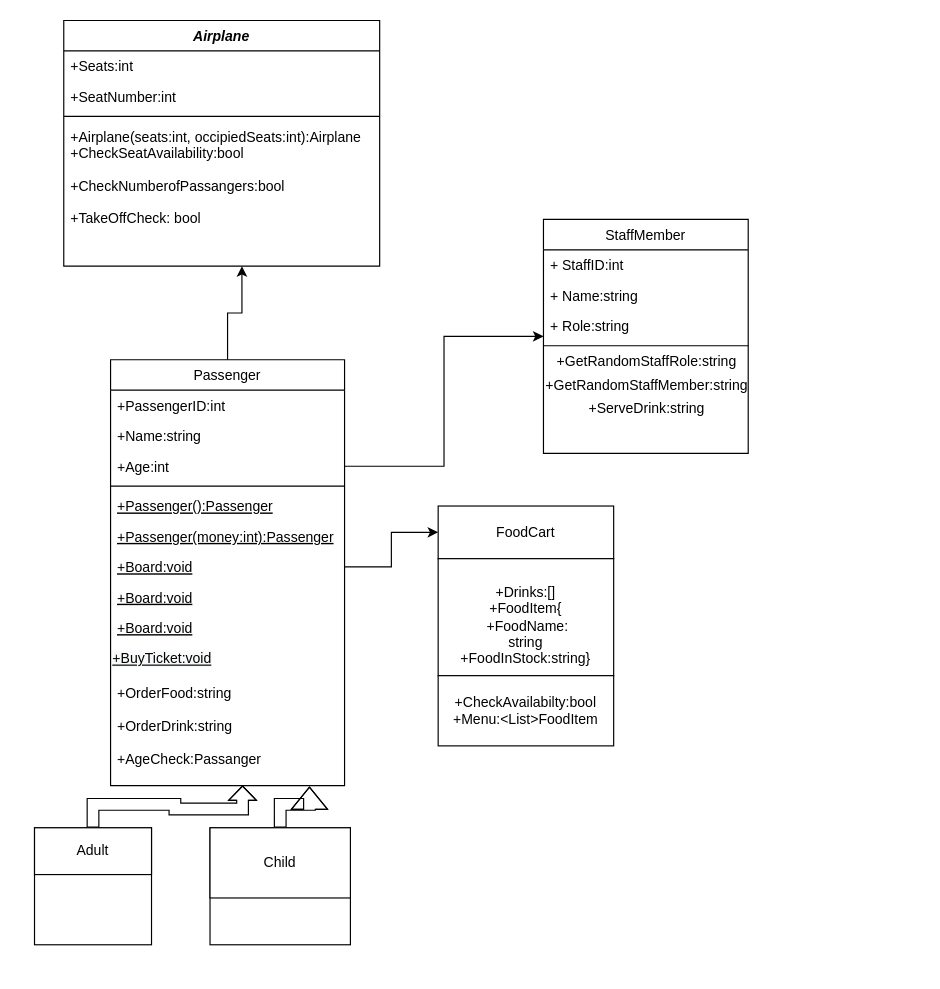
This is MjukvaruAnalys-inlUppg/Docs/ClassDiagram-Plane.drawio from david-karlsson/MjukvaruAnalys-inlUppg, a draw.io file, before an edit. Source tidied: cells renumbered, new cells numbered last; positions are measured from the earlier drawing's top-left corner, leaving out a move shared by most shapes. Both pictures are drawn from the tidied source at 117%, with x=0, y=0 at pixel (34, 20).
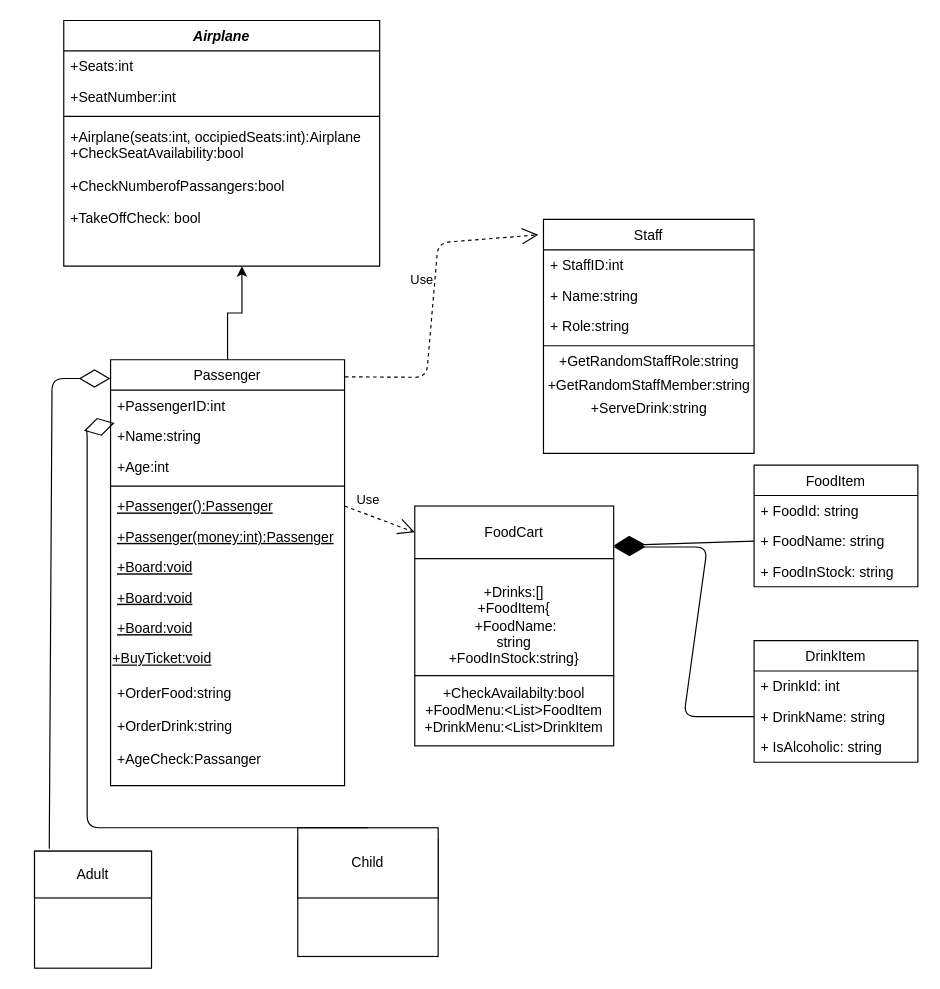
The same page after the edit.

Commit message (it also covers changes not shown here):
Classdiagram adjusted + Alcoholic drink-status display added.

The change refers to these unchanged cells:
```xml
<mxCell id="8" value="Passenger" style="swimlane;fontStyle=0;align=center;verticalAlign=top;horizontal=1;startSize=26;rounded=0;shadow=0;strokeWidth=1;" parent="1" vertex="1">
  <mxGeometry x="65" y="290" width="200" height="364" as="geometry" />
</mxCell>
<mxCell id="10" value="+Name:string" style="text;align=left;verticalAlign=top;spacingLeft=4;spacingRight=4;overflow=hidden;points=[[0,0.5],[1,0.5]];portConstraint=eastwest;rounded=0;shadow=0;html=0;" parent="8" vertex="1">
  <mxGeometry y="52" width="200" height="26" as="geometry" />
</mxCell>
<mxCell id="11" value="+Age:int" style="text;align=left;verticalAlign=top;spacingLeft=4;spacingRight=4;overflow=hidden;points=[[0,0.5],[1,0.5]];portConstraint=eastwest;rounded=0;shadow=0;html=0;" parent="8" vertex="1">
  <mxGeometry y="78" width="200" height="26" as="geometry" />
</mxCell>
<mxCell id="13" value="+Passenger():Passenger" style="text;align=left;verticalAlign=top;spacingLeft=4;spacingRight=4;overflow=hidden;points=[[0,0.5],[1,0.5]];portConstraint=eastwest;fontStyle=4;" parent="8" vertex="1">
  <mxGeometry y="112" width="200" height="26" as="geometry" />
</mxCell>
<mxCell id="15" value="+Board:void" style="text;align=left;verticalAlign=top;spacingLeft=4;spacingRight=4;overflow=hidden;points=[[0,0.5],[1,0.5]];portConstraint=eastwest;fontStyle=4;" parent="8" vertex="1">
  <mxGeometry y="164" width="200" height="26" as="geometry" />
</mxCell>
<mxCell id="19" value="+OrderFood:string&#10;&#10;+OrderDrink:string&#10;&#10;+AgeCheck:Passanger" style="text;align=left;verticalAlign=top;spacingLeft=4;spacingRight=4;overflow=hidden;points=[[0,0.5],[1,0.5]];portConstraint=eastwest;" parent="8" vertex="1">
  <mxGeometry y="272" width="200" height="92" as="geometry" />
</mxCell>
```

The edit, as a diff of the source:
```diff
@@
+    <mxCell id="40" value="FoodItem" style="swimlane;fontStyle=0;horizontal=1;startSize=26;fillColor=none;" parent="1" vertex="1">
+      <mxGeometry x="615" y="380" width="140" height="104" as="geometry" />
+    </mxCell>
+    <mxCell id="41" value="+ FoodId: string" style="text;strokeColor=none;fillColor=none;align=left;verticalAlign=top;spacingLeft=4;spacingRight=4;overflow=hidden;" parent="40" vertex="1">
+      <mxGeometry y="26" width="140" height="26" as="geometry" />
+    </mxCell>
+    <mxCell id="42" value="+ FoodName: string" style="text;strokeColor=none;fillColor=none;align=left;verticalAlign=top;spacingLeft=4;spacingRight=4;overflow=hidden;points=[[0,0.5],[1,0.5]];portConstraint=eastwest;" parent="40" vertex="1">
+      <mxGeometry y="52" width="140" height="26" as="geometry" />
+    </mxCell>
+    <mxCell id="43" value="+ FoodInStock: string" style="text;strokeColor=none;fillColor=none;align=left;verticalAlign=top;spacingLeft=4;spacingRight=4;overflow=hidden;" parent="40" vertex="1">
+      <mxGeometry y="78" width="140" height="26" as="geometry" />
+    </mxCell>
     <mxCell id="20" style="whiteSpace=wrap;html=1;" parent="1" vertex="1">
-      <mxGeometry y="690" width="100" height="100" as="geometry" />
+      <mxGeometry y="710" width="100" height="100" as="geometry" />
     </mxCell>
-    <mxCell id="21" style="edgeStyle=orthogonalEdgeStyle;shape=flexArrow;rounded=0;jettySize=auto;html=1;exitX=0.5;exitY=0;exitDx=0;exitDy=0;entryX=0.564;entryY=0.998;entryDx=0;entryDy=0;entryPerimeter=0;endWidth=12.857142857142858;endSize=3.757142857142857;" parent="1" edge="1" source="22" target="19">
-      <mxGeometry relative="1" as="geometry" />
-    </mxCell>
     <mxCell id="22" value="Adult" style="rounded=0;whiteSpace=wrap;html=1;" parent="1" vertex="1">
-      <mxGeometry y="690" width="100" height="40" as="geometry" />
+      <mxGeometry y="710" width="100" height="40" as="geometry" />
     </mxCell>
     <mxCell id="23" style="rounded=0;whiteSpace=wrap;html=1;" parent="1" vertex="1">
-      <mxGeometry x="150" y="690" width="120" height="100" as="geometry" />
+      <mxGeometry x="225" y="700" width="120" height="100" as="geometry" />
     </mxCell>
-    <mxCell id="24" style="edgeStyle=orthogonalEdgeStyle;shape=flexArrow;rounded=0;jettySize=auto;html=1;entryX=0.85;entryY=1.009;entryDx=0;entryDy=0;entryPerimeter=0;" parent="1" edge="1" source="25" target="19">
-      <mxGeometry relative="1" as="geometry" />
-    </mxCell>
     <mxCell id="25" value="Child" style="rounded=0;whiteSpace=wrap;html=1;" parent="1" vertex="1">
-      <mxGeometry x="150" y="690" width="120" height="60" as="geometry" />
+      <mxGeometry x="225" y="690" width="120" height="60" as="geometry" />
     </mxCell>
@@
     <mxCell id="27" value="FoodCart" style="rounded=0;whiteSpace=wrap;html=1;" parent="1" vertex="1">
-      <mxGeometry x="345" y="415" width="150" height="45" as="geometry" />
+      <mxGeometry x="325" y="415" width="170" height="45" as="geometry" />
     </mxCell>
     <mxCell id="28" value="&lt;br&gt;+Drinks:[]&lt;br&gt;+FoodItem{&lt;br&gt;&lt;div&gt;&amp;nbsp;+FoodName:&lt;/div&gt;string&lt;br&gt;+FoodInStock:string}&lt;br&gt;&lt;div&gt;&lt;/div&gt;" style="rounded=0;whiteSpace=wrap;html=1;" parent="1" vertex="1">
-      <mxGeometry x="345" y="460" width="150" height="100" as="geometry" />
+      <mxGeometry x="325" y="460" width="170" height="100" as="geometry" />
     </mxCell>
-    <mxCell id="29" value="+CheckAvailabilty:bool&lt;br&gt;+Menu:&amp;lt;List&amp;gt;FoodItem" style="rounded=0;whiteSpace=wrap;html=1;" parent="1" vertex="1">
-      <mxGeometry x="345" y="560" width="150" height="60" as="geometry" />
+    <mxCell id="29" value="+CheckAvailabilty:bool&lt;br&gt;+FoodMenu:&amp;lt;List&amp;gt;FoodItem&lt;br&gt;+DrinkMenu:&amp;lt;List&amp;gt;DrinkItem" style="rounded=0;whiteSpace=wrap;html=1;" parent="1" vertex="1">
+      <mxGeometry x="325" y="560" width="170" height="60" as="geometry" />
     </mxCell>
-    <mxCell id="30" style="edgeStyle=orthogonalEdgeStyle;rounded=0;jettySize=auto;html=1;entryX=0;entryY=0.5;entryDx=0;entryDy=0;" parent="1" edge="1" source="15" target="27">
-      <mxGeometry relative="1" as="geometry" />
-    </mxCell>
-    <mxCell id="31" style="edgeStyle=orthogonalEdgeStyle;rounded=0;jettySize=auto;html=1;" parent="1" edge="1" source="11" target="32">
-      <mxGeometry relative="1" as="geometry" />
-    </mxCell>
-    <mxCell id="32" value="StaffMember" style="swimlane;fontStyle=0;align=center;verticalAlign=top;horizontal=1;startSize=26;rounded=0;shadow=0;strokeWidth=1;" parent="1" vertex="1">
-      <mxGeometry x="435" y="170" width="175" height="200" as="geometry" />
+    <mxCell id="32" value="Staff" style="swimlane;fontStyle=0;align=center;verticalAlign=top;horizontal=1;startSize=26;rounded=0;shadow=0;strokeWidth=1;" parent="1" vertex="1">
+      <mxGeometry x="435" y="170" width="180" height="200" as="geometry" />
     </mxCell>
     <mxCell id="33" value="+ StaffID:int" style="text;align=left;verticalAlign=top;spacingLeft=4;spacingRight=4;overflow=hidden;" parent="32" vertex="1">
-      <mxGeometry y="26" width="175" height="26" as="geometry" />
+      <mxGeometry y="26" width="180" height="26" as="geometry" />
     </mxCell>
     <mxCell id="34" value="+ Name:string" style="text;align=left;verticalAlign=top;spacingLeft=4;spacingRight=4;overflow=hidden;" parent="32" vertex="1">
-      <mxGeometry y="52" width="175" height="26" as="geometry" />
+      <mxGeometry y="52" width="180" height="26" as="geometry" />
     </mxCell>
     <mxCell id="35" value="+ Role:string" style="text;align=left;verticalAlign=top;spacingLeft=4;spacingRight=4;overflow=hidden;" parent="32" vertex="1">
-      <mxGeometry y="78" width="175" height="26" as="geometry" />
+      <mxGeometry y="78" width="180" height="26" as="geometry" />
     </mxCell>
     <mxCell id="36" style="line;html=1;strokeWidth=1;align=left;verticalAlign=middle;spacingTop=-1;spacingLeft=3;spacingRight=3;labelPosition=right;" parent="32" vertex="1">
-      <mxGeometry y="104" width="175" height="8" as="geometry" />
+      <mxGeometry y="104" width="180" height="8" as="geometry" />
     </mxCell>
     <mxCell id="37" value="+GetRandomStaffRole:string" style="text;html=1;align=center;verticalAlign=middle;" parent="32" vertex="1">
-      <mxGeometry y="112" width="175" height="20" as="geometry" />
+      <mxGeometry y="112" width="180" height="20" as="geometry" />
     </mxCell>
     <mxCell id="38" value="+GetRandomStaffMember:string" style="text;html=1;align=center;verticalAlign=middle;" parent="32" vertex="1">
-      <mxGeometry y="132" width="175" height="20" as="geometry" />
+      <mxGeometry y="132" width="180" height="20" as="geometry" />
     </mxCell>
     <mxCell id="39" value="+ServeDrink:string" style="text;html=1;align=center;verticalAlign=middle;" parent="32" vertex="1">
-      <mxGeometry y="152" width="175" height="20" as="geometry" />
+      <mxGeometry y="152" width="180" height="20" as="geometry" />
     </mxCell>
+    <mxCell id="44" style="endArrow=diamondThin;endFill=1;endSize=24;html=1;exitX=0;exitY=0.5;exitDx=0;exitDy=0;entryX=1;entryY=0.75;entryDx=0;entryDy=0;" parent="1" edge="1" source="42" target="27">
+      <mxGeometry relative="1" as="geometry" />
+    </mxCell>
+    <mxCell id="45" style="endArrow=diamondThin;endFill=1;endSize=24;html=1;exitX=0;exitY=0.5;exitDx=0;exitDy=0;" parent="1" edge="1" source="48">
+      <mxGeometry relative="1" as="geometry">
+        <mxPoint x="495" y="450" as="targetPoint" />
+        <Array as="points">
+          <mxPoint x="555" y="595" />
+          <mxPoint x="575" y="450" />
+        </Array>
+      </mxGeometry>
+    </mxCell>
+    <mxCell id="46" value="DrinkItem" style="swimlane;fontStyle=0;horizontal=1;startSize=26;fillColor=none;" parent="1" vertex="1">
+      <mxGeometry x="615" y="530" width="140" height="104" as="geometry" />
+    </mxCell>
+    <mxCell id="47" value="+ DrinkId: int" style="text;strokeColor=none;fillColor=none;align=left;verticalAlign=top;spacingLeft=4;spacingRight=4;overflow=hidden;" parent="46" vertex="1">
+      <mxGeometry y="26" width="140" height="26" as="geometry" />
+    </mxCell>
+    <mxCell id="48" value="+ DrinkName: string" style="text;strokeColor=none;fillColor=none;align=left;verticalAlign=top;spacingLeft=4;spacingRight=4;overflow=hidden;points=[[0,0.5],[1,0.5]];portConstraint=eastwest;" parent="46" vertex="1">
+      <mxGeometry y="52" width="140" height="26" as="geometry" />
+    </mxCell>
+    <mxCell id="49" value="+ IsAlcoholic: string" style="text;strokeColor=none;fillColor=none;align=left;verticalAlign=top;spacingLeft=4;spacingRight=4;overflow=hidden;" parent="46" vertex="1">
+      <mxGeometry y="78" width="140" height="26" as="geometry" />
+    </mxCell>
+    <mxCell id="50" style="endArrow=diamondThin;endFill=0;endSize=24;html=1;entryX=-0.001;entryY=0.044;entryDx=0;entryDy=0;entryPerimeter=0;exitX=0.126;exitY=-0.05;exitDx=0;exitDy=0;exitPerimeter=0;" parent="1" edge="1" source="22" target="8">
+      <mxGeometry relative="1" as="geometry">
+        <Array as="points">
+          <mxPoint x="15" y="306" />
+        </Array>
+      </mxGeometry>
+    </mxCell>
+    <mxCell id="51" style="endArrow=diamondThin;endFill=0;endSize=24;html=1;exitX=0.5;exitY=0;exitDx=0;exitDy=0;entryX=0.017;entryY=0.076;entryDx=0;entryDy=0;entryPerimeter=0;" parent="1" edge="1" source="25" target="10">
+      <mxGeometry relative="1" as="geometry">
+        <Array as="points">
+          <mxPoint x="45" y="690" />
+          <mxPoint x="45" y="350" />
+        </Array>
+      </mxGeometry>
+    </mxCell>
+    <mxCell id="52" value="Use" style="endArrow=open;endSize=12;dashed=1;html=1;exitX=1.002;exitY=0.04;exitDx=0;exitDy=0;exitPerimeter=0;entryX=-0.024;entryY=0.066;entryDx=0;entryDy=0;entryPerimeter=0;" parent="1" edge="1" source="8" target="32">
+      <mxGeometry x="0.13" y="11" relative="1" as="geometry">
+        <Array as="points">
+          <mxPoint x="335" y="305" />
+          <mxPoint x="345" y="190" />
+        </Array>
+        <mxPoint y="1" as="offset" />
+      </mxGeometry>
+    </mxCell>
+    <mxCell id="53" value="Use" style="endArrow=open;endSize=12;dashed=1;html=1;entryX=0;entryY=0.5;entryDx=0;entryDy=0;exitX=1;exitY=0.5;exitDx=0;exitDy=0;" parent="1" edge="1" source="13" target="27">
+      <mxGeometry x="-0.47" y="12" relative="1" as="geometry" />
+    </mxCell>
```
